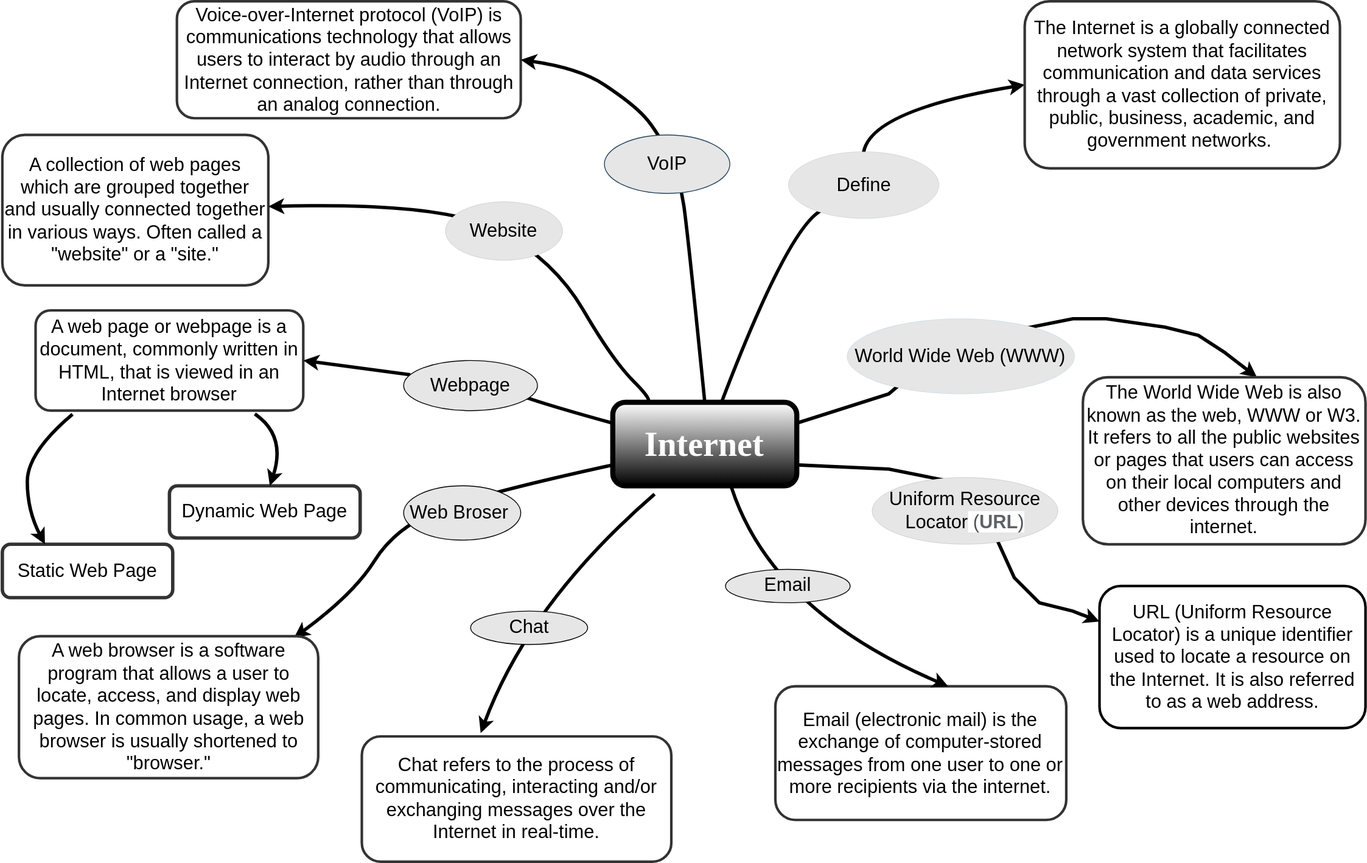
Above: Internet mind map-Internet mind map.drawio.svg in shrabankr/draw.io (draw.io), before the change. Source tidied: cells renumbered, new cells last; positions are measured from the earlier drawing's top-left corner, leaving out a move shared by most shapes.
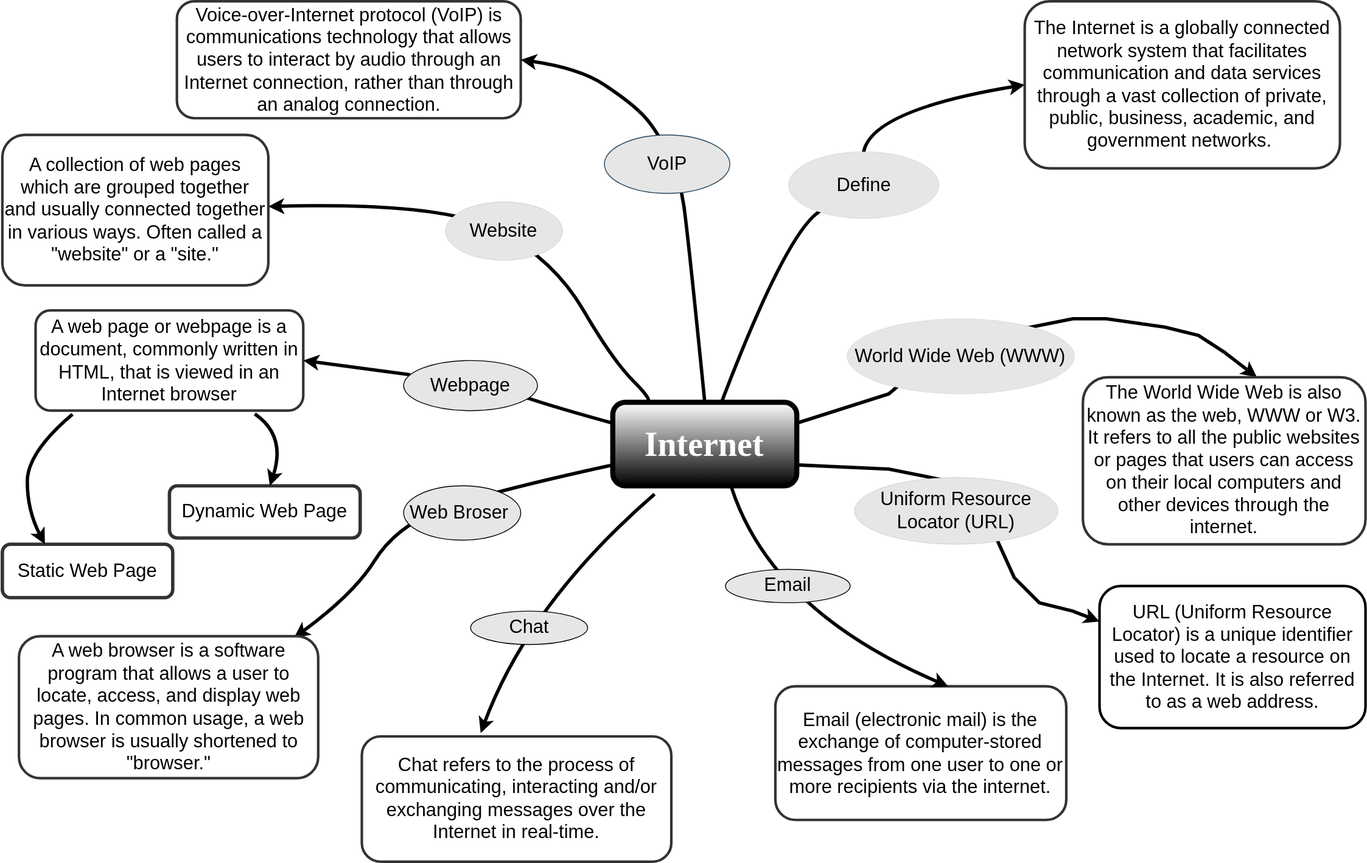
Above is the later version.

Diff of the diagram source:
```diff
@@ -63,8 +63,8 @@
     <mxCell id="13" value="&lt;font style=&quot;font-size: 22px;&quot;&gt;URL (Uniform Resource Locator) is a unique identifier used to locate a resource on the Internet. It is also referred to as a web address.&lt;/font&gt;" style="rounded=1;whiteSpace=wrap;html=1;strokeWidth=3;" parent="2" vertex="1">
       <mxGeometry x="1287.8" y="686.4" width="312.2" height="166.7" as="geometry" />
     </mxCell>
-    <mxCell id="14" value="&lt;font style=&quot;font-size: 22px;&quot;&gt;Uniform Resource Locator&lt;span style=&quot;color: rgb(77, 81, 86); font-family: arial, sans-serif; text-align: left; background-color: rgb(255, 255, 255);&quot;&gt;&amp;nbsp;(&lt;/span&gt;&lt;span style=&quot;font-weight: bold; color: rgb(95, 99, 104); font-family: arial, sans-serif; text-align: left; background-color: rgb(255, 255, 255);&quot;&gt;URL&lt;/span&gt;&lt;span style=&quot;color: rgb(77, 81, 86); font-family: arial, sans-serif; text-align: left; background-color: rgb(255, 255, 255);&quot;&gt;)&lt;/span&gt;&lt;/font&gt;" style="ellipse;whiteSpace=wrap;html=1;strokeWidth=0;fillColor=#E6E6E6;" parent="2" vertex="1">
-      <mxGeometry x="1020.8" y="558.9" width="218.2" height="78.4" as="geometry" />
+    <mxCell id="14" value="&lt;div style=&quot;&quot;&gt;&lt;span style=&quot;font-size: 22px; background-color: initial;&quot;&gt;Uniform Resource Locator (URL)&lt;/span&gt;&lt;/div&gt;" style="ellipse;whiteSpace=wrap;html=1;strokeWidth=0;fillColor=#E6E6E6;align=center;" parent="2" vertex="1">
+      <mxGeometry x="1000" y="558.9" width="239" height="78.5" as="geometry" />
     </mxCell>
     <mxCell id="15" style="curved=1;endArrow=classic;html=1;rounded=0;strokeWidth=4;" parent="2" edge="1">
       <mxGeometry relative="1" as="geometry">
```
